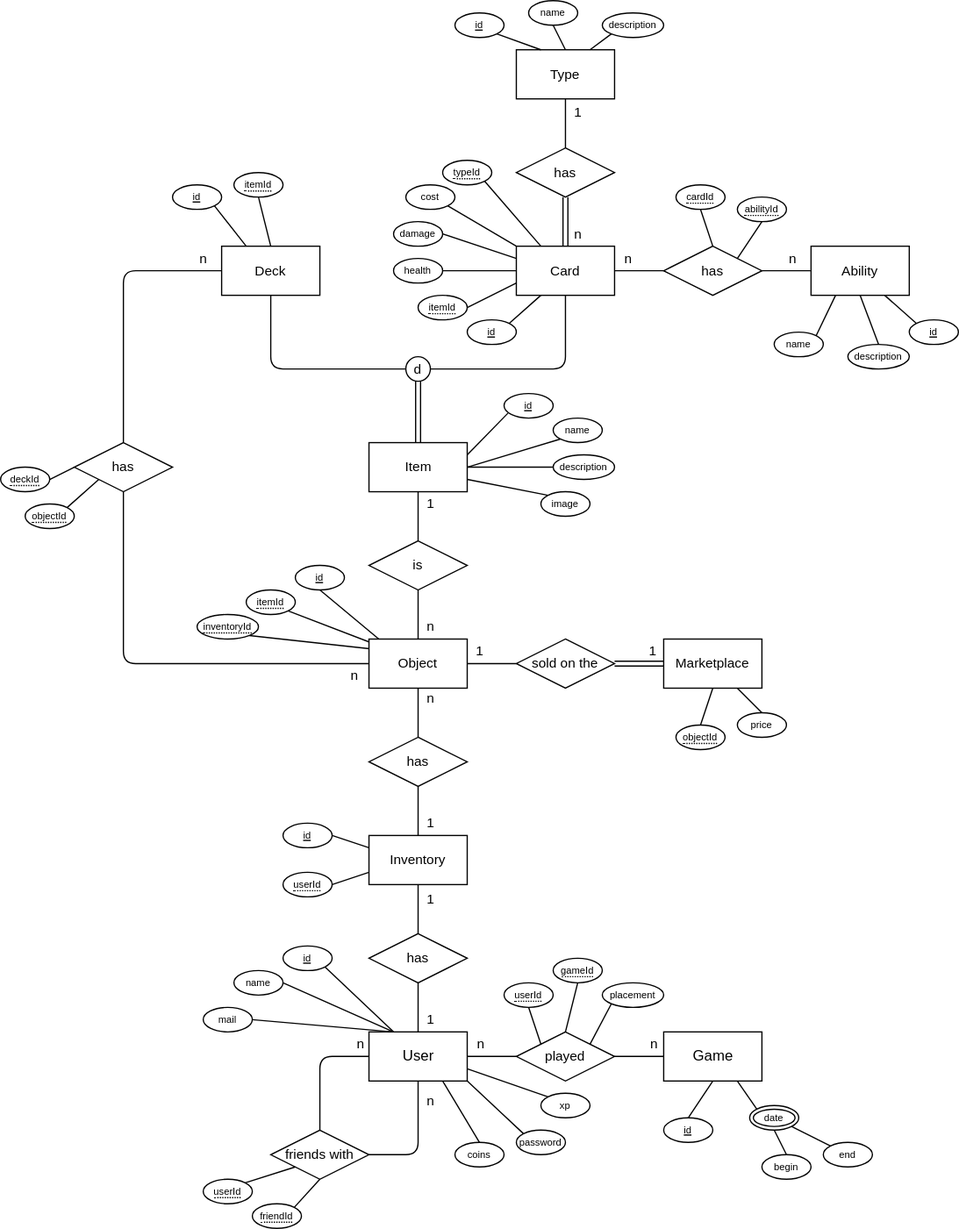
i3ene/decksterous keeps this draw.io diagram as diagrams/database/EER.drawio.svg. Above is the earlier version. Source tidied: cells renumbered, new cells last; positions are measured from the earlier drawing's top-left corner, leaving out a move shared by most shapes.
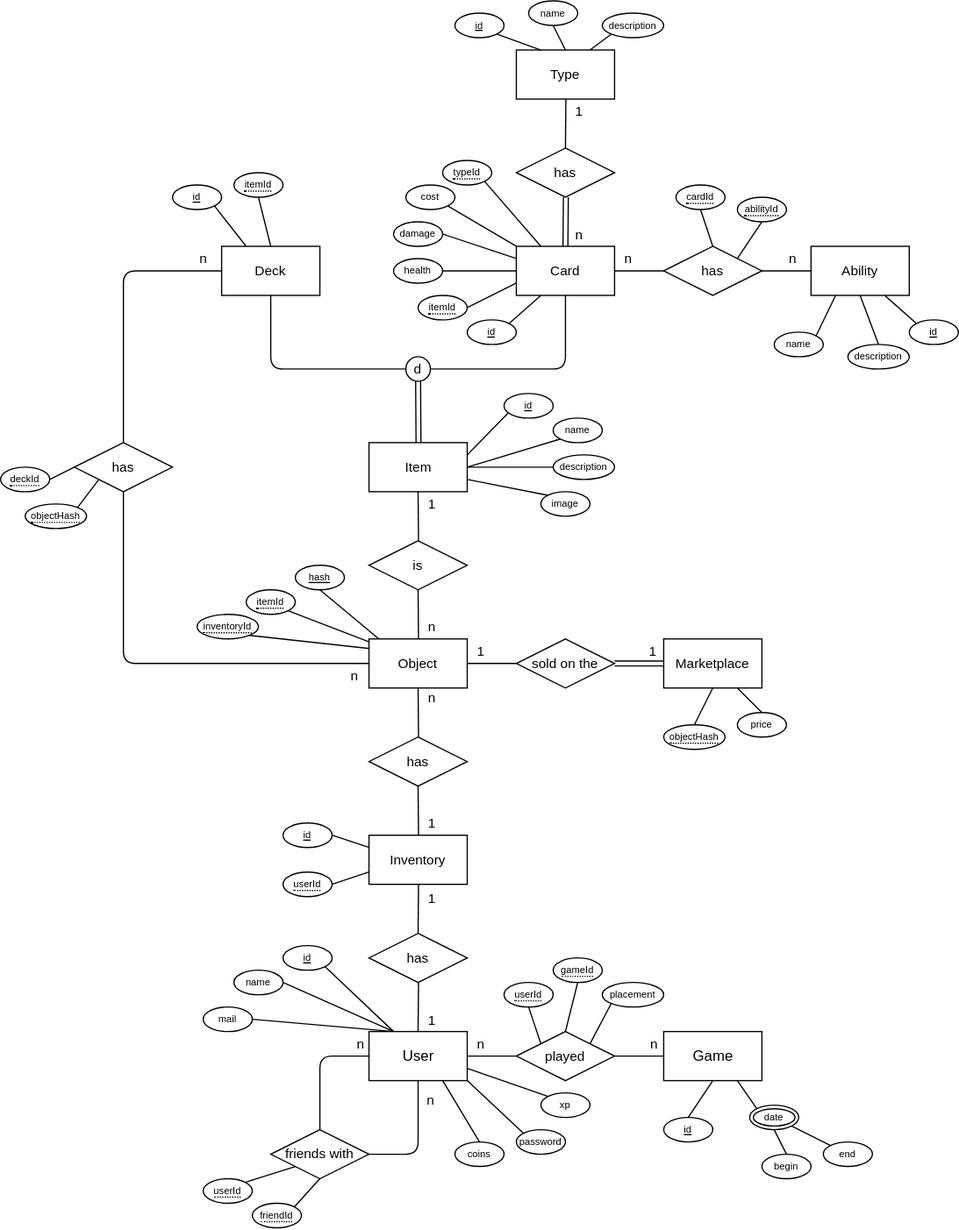
After the change.

Commit message:
adjusted EER and Relation Schema

The edit, as a diff of the source:
```diff
@@ -280,8 +280,8 @@
     <mxCell id="79" style="edgeStyle=none;html=1;exitX=0.5;exitY=0;exitDx=0;exitDy=0;entryX=0.5;entryY=1;entryDx=0;entryDy=0;fontSize=8;endArrow=none;endFill=0;" parent="1" edge="1" source="80" target="43">
       <mxGeometry relative="1" as="geometry" />
     </mxCell>
-    <mxCell id="80" value="&lt;span style=&quot;border-bottom: 1px dotted&quot;&gt;objectId&lt;/span&gt;" style="ellipse;whiteSpace=wrap;html=1;align=center;fontSize=8;" parent="1" vertex="1">
-      <mxGeometry x="550" y="590" width="40" height="20" as="geometry" />
+    <mxCell id="80" value="&lt;span style=&quot;border-bottom: 1px dotted&quot;&gt;objectHash&lt;/span&gt;" style="ellipse;whiteSpace=wrap;html=1;align=center;fontSize=8;" parent="1" vertex="1">
+      <mxGeometry x="540" y="590" width="50" height="20" as="geometry" />
     </mxCell>
     <mxCell id="81" value="price" style="ellipse;whiteSpace=wrap;html=1;align=center;fontSize=8;" parent="1" vertex="1">
       <mxGeometry x="600" y="580" width="40" height="20" as="geometry" />
@@ -291,7 +291,7 @@
         <mxPoint x="320" y="530" as="targetPoint" />
       </mxGeometry>
     </mxCell>
-    <mxCell id="83" value="id" style="ellipse;whiteSpace=wrap;html=1;align=center;fontSize=8;fontStyle=4;" parent="1" vertex="1">
+    <mxCell id="83" value="hash" style="ellipse;whiteSpace=wrap;html=1;align=center;fontSize=8;fontStyle=4;" parent="1" vertex="1">
       <mxGeometry x="240" y="460" width="40" height="20" as="geometry" />
     </mxCell>
     <mxCell id="84" style="edgeStyle=none;html=1;exitX=1;exitY=1;exitDx=0;exitDy=0;entryX=0;entryY=0;entryDx=0;entryDy=0;fontSize=8;endArrow=none;endFill=0;" parent="1" edge="1" source="85">
@@ -494,8 +494,8 @@
     <mxCell id="143" style="edgeStyle=none;html=1;exitX=1;exitY=0;exitDx=0;exitDy=0;entryX=0;entryY=1;entryDx=0;entryDy=0;endArrow=none;endFill=0;" parent="1" edge="1" source="144" target="138">
       <mxGeometry relative="1" as="geometry" />
     </mxCell>
-    <mxCell id="144" value="&lt;span style=&quot;border-bottom: 1px dotted&quot;&gt;objectId&lt;/span&gt;" style="ellipse;whiteSpace=wrap;html=1;align=center;fontSize=8;" parent="1" vertex="1">
-      <mxGeometry x="20" y="410" width="40" height="20" as="geometry" />
+    <mxCell id="144" value="&lt;span style=&quot;border-bottom: 1px dotted&quot;&gt;objectHash&lt;/span&gt;" style="ellipse;whiteSpace=wrap;html=1;align=center;fontSize=8;" parent="1" vertex="1">
+      <mxGeometry x="20" y="410" width="50" height="20" as="geometry" />
     </mxCell>
     <mxCell id="145" style="edgeStyle=none;html=1;exitX=1;exitY=0;exitDx=0;exitDy=0;entryX=0;entryY=1;entryDx=0;entryDy=0;endArrow=none;endFill=0;" parent="1" edge="1" source="146" target="8">
       <mxGeometry relative="1" as="geometry" />
```
